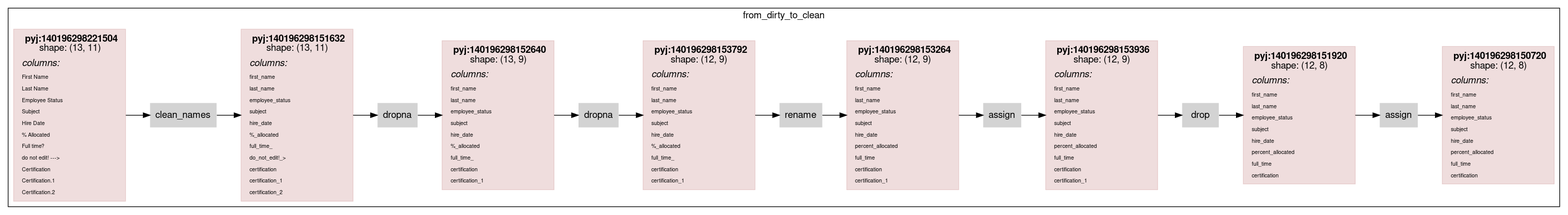
Earlier version of the Graphviz export scripts/rdflog/dirty-clean-w-cmp.ttl.dot.png (asmirnov69/pyjviz-poc). Its source is kept beside it as scripts/rdflog/dirty-clean-w-cmp.ttl.dot.
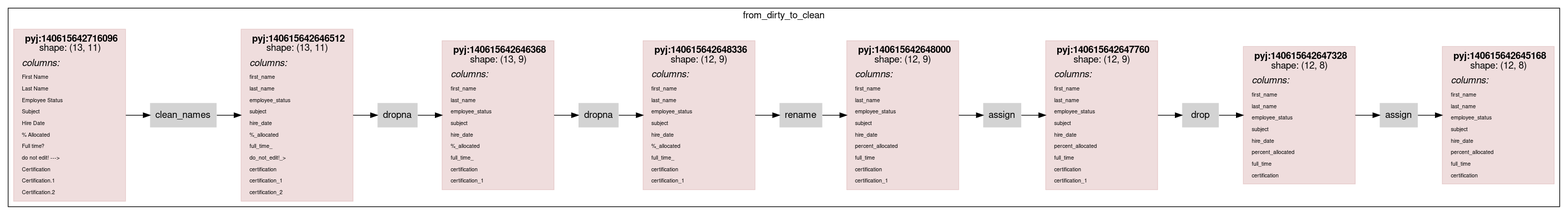
After the change.

What changed in the source:
```diff
@@ -14,7 +14,7 @@
                 color="#88000022"
                 shape = rect
                 label = <<table border="0" cellborder="0" cellspacing="0" cellpadding="4">
-                         <tr> <td> <b>pyj:140196298221504</b><br/>shape: (13, 11)</td> </tr>
+                         <tr> <td> <b>pyj:140615642716096</b><br/>shape: (13, 11)</td> </tr>
                          <tr> <td align="left"><i>columns:</i><br align="left"/></td></tr>
                 <tr><td align="left"><FONT POINT-SIZE="8px">First Name</FONT></td></tr>
 <tr><td align="left"><FONT POINT-SIZE="8px">Last Name</FONT></td></tr>
@@ -33,7 +33,7 @@
                 color="#88000022"
                 shape = rect
                 label = <<table border="0" cellborder="0" cellspacing="0" cellpadding="4">
-                         <tr> <td> <b>pyj:140196298151632</b><br/>shape: (13, 11)</td> </tr>
+                         <tr> <td> <b>pyj:140615642646512</b><br/>shape: (13, 11)</td> </tr>
                          <tr> <td align="left"><i>columns:</i><br align="left"/></td></tr>
                 <tr><td align="left"><FONT POINT-SIZE="8px">first_name</FONT></td></tr>
 <tr><td align="left"><FONT POINT-SIZE="8px">last_name</FONT></td></tr>
@@ -52,7 +52,7 @@
                 color="#88000022"
                 shape = rect
                 label = <<table border="0" cellborder="0" cellspacing="0" cellpadding="4">
-                         <tr> <td> <b>pyj:140196298152640</b><br/>shape: (13, 9)</td> </tr>
+                         <tr> <td> <b>pyj:140615642646368</b><br/>shape: (13, 9)</td> </tr>
                          <tr> <td align="left"><i>columns:</i><br align="left"/></td></tr>
                 <tr><td align="left"><FONT POINT-SIZE="8px">first_name</FONT></td></tr>
 <tr><td align="left"><FONT POINT-SIZE="8px">last_name</FONT></td></tr>
@@ -69,7 +69,7 @@
                 color="#88000022"
                 shape = rect
                 label = <<table border="0" cellborder="0" cellspacing="0" cellpadding="4">
-                         <tr> <td> <b>pyj:140196298153792</b><br/>shape: (12, 9)</td> </tr>
+                         <tr> <td> <b>pyj:140615642648336</b><br/>shape: (12, 9)</td> </tr>
                          <tr> <td align="left"><i>columns:</i><br align="left"/></td></tr>
                 <tr><td align="left"><FONT POINT-SIZE="8px">first_name</FONT></td></tr>
 <tr><td align="left"><FONT POINT-SIZE="8px">last_name</FONT></td></tr>
@@ -86,7 +86,7 @@
                 color="#88000022"
                 shape = rect
                 label = <<table border="0" cellborder="0" cellspacing="0" cellpadding="4">
-                         <tr> <td> <b>pyj:140196298153264</b><br/>shape: (12, 9)</td> </tr>
+                         <tr> <td> <b>pyj:140615642648000</b><br/>shape: (12, 9)</td> </tr>
                          <tr> <td align="left"><i>columns:</i><br align="left"/></td></tr>
                 <tr><td align="left"><FONT POINT-SIZE="8px">first_name</FONT></td></tr>
 <tr><td align="left"><FONT POINT-SIZE="8px">last_name</FONT></td></tr>
@@ -103,7 +103,7 @@
                 color="#88000022"
                 shape = rect
                 label = <<table border="0" cellborder="0" cellspacing="0" cellpadding="4">
-                         <tr> <td> <b>pyj:140196298153936</b><br/>shape: (12, 9)</td> </tr>
+                         <tr> <td> <b>pyj:140615642647760</b><br/>shape: (12, 9)</td> </tr>
                          <tr> <td align="left"><i>columns:</i><br align="left"/></td></tr>
                 <tr><td align="left"><FONT POINT-SIZE="8px">first_name</FONT></td></tr>
 <tr><td align="left"><FONT POINT-SIZE="8px">last_name</FONT></td></tr>
@@ -120,7 +120,7 @@
                 color="#88000022"
                 shape = rect
                 label = <<table border="0" cellborder="0" cellspacing="0" cellpadding="4">
-                         <tr> <td> <b>pyj:140196298151920</b><br/>shape: (12, 8)</td> </tr>
+                         <tr> <td> <b>pyj:140615642647328</b><br/>shape: (12, 8)</td> </tr>
                          <tr> <td align="left"><i>columns:</i><br align="left"/></td></tr>
                 <tr><td align="left"><FONT POINT-SIZE="8px">first_name</FONT></td></tr>
 <tr><td align="left"><FONT POINT-SIZE="8px">last_name</FONT></td></tr>
@@ -136,7 +136,7 @@
                 color="#88000022"
                 shape = rect
                 label = <<table border="0" cellborder="0" cellspacing="0" cellpadding="4">
-                         <tr> <td> <b>pyj:140196298150720</b><br/>shape: (12, 8)</td> </tr>
+                         <tr> <td> <b>pyj:140615642645168</b><br/>shape: (12, 8)</td> </tr>
                          <tr> <td align="left"><i>columns:</i><br align="left"/></td></tr>
                 <tr><td align="left"><FONT POINT-SIZE="8px">first_name</FONT></td></tr>
 <tr><td align="left"><FONT POINT-SIZE="8px">last_name</FONT></td></tr>
```
